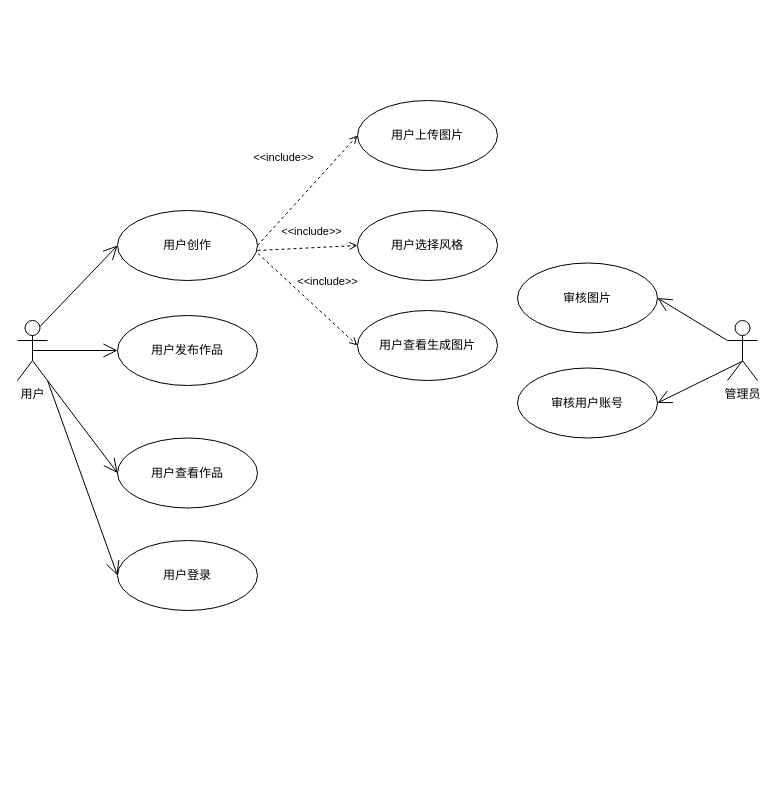
jwj1342/VanGogh keeps this draw.io diagram as doc/业务用例图.drawio. Above is the earlier version. Source tidied: cells renumbered, new cells numbered last; positions are measured from the earlier drawing's top-left corner, leaving out a move shared by most shapes. Both pictures are drawn from the tidied source at 100%, with x=0, y=0 at pixel (17, 100).
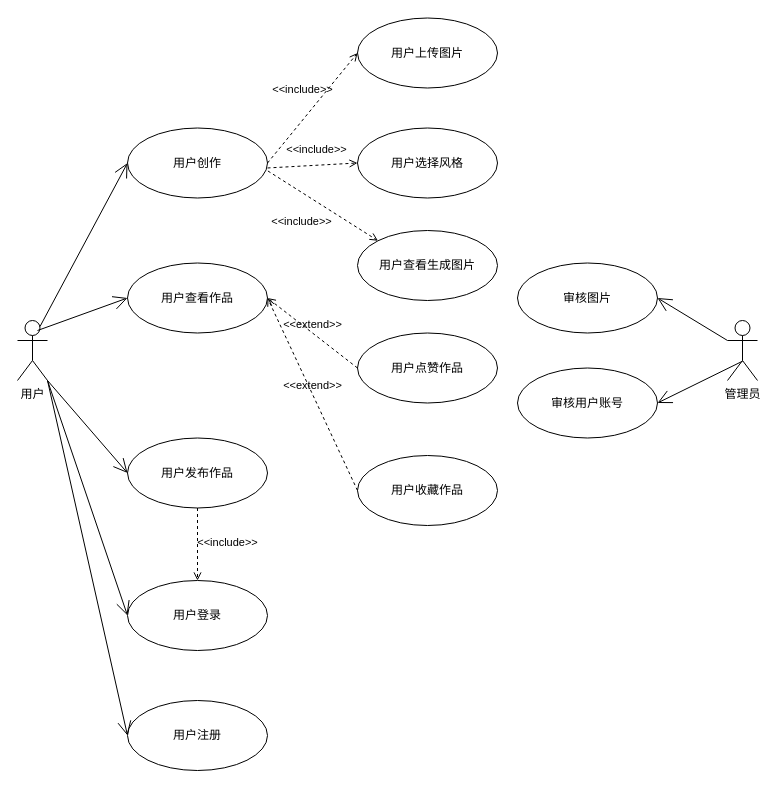
The same diagram, later.

Commit message:
更新业务用例图-jwj.drawio

The change refers to these unchanged cells:
```xml
<mxCell id="10" value="用户" style="shape=umlActor;verticalLabelPosition=bottom;verticalAlign=top;html=1;" parent="1" vertex="1">
  <mxGeometry y="220" width="30" height="60" as="geometry" />
</mxCell>
```

The edit, as a diff of the source:
```diff
@@
     <mxCell id="3" value="用户上传图片" style="ellipse;whiteSpace=wrap;html=1;" parent="1" vertex="1">
-      <mxGeometry x="340" width="140" height="70" as="geometry" />
+      <mxGeometry x="340" y="-82.5" width="140" height="70" as="geometry" />
     </mxCell>
     <mxCell id="4" value="用户选择风格" style="ellipse;whiteSpace=wrap;html=1;" parent="1" vertex="1">
-      <mxGeometry x="340" y="110" width="140" height="70" as="geometry" />
+      <mxGeometry x="340" y="27.5" width="140" height="70" as="geometry" />
     </mxCell>
     <mxCell id="5" value="用户查看生成图片" style="ellipse;whiteSpace=wrap;html=1;" parent="1" vertex="1">
-      <mxGeometry x="340" y="210" width="140" height="70" as="geometry" />
+      <mxGeometry x="340" y="130" width="140" height="70" as="geometry" />
     </mxCell>
     <mxCell id="6" value="用户发布作品" style="ellipse;whiteSpace=wrap;html=1;" parent="1" vertex="1">
-      <mxGeometry x="100" y="215" width="140" height="70" as="geometry" />
+      <mxGeometry x="110" y="337.5" width="140" height="70" as="geometry" />
     </mxCell>
     <mxCell id="7" value="用户查看作品" style="ellipse;whiteSpace=wrap;html=1;" parent="1" vertex="1">
-      <mxGeometry x="100" y="337.5" width="140" height="70" as="geometry" />
+      <mxGeometry x="110" y="162.5" width="140" height="70" as="geometry" />
     </mxCell>
@@
-    <mxCell id="11" style="endArrow=open;endFill=1;endSize=12;html=1;rounded=0;exitX=0.5;exitY=0.5;exitDx=0;exitDy=0;exitPerimeter=0;entryX=0;entryY=0.5;entryDx=0;entryDy=0;" parent="1" edge="1" source="10" target="6">
-      <mxGeometry relative="1" as="geometry" />
+    <mxCell id="11" style="endArrow=open;endFill=1;endSize=12;html=1;rounded=0;entryX=0;entryY=0.5;entryDx=0;entryDy=0;" parent="1" edge="1" target="6">
+      <mxGeometry relative="1" as="geometry">
+        <mxPoint x="30" y="280" as="sourcePoint" />
+      </mxGeometry>
     </mxCell>
-    <mxCell id="12" style="endArrow=open;endFill=1;endSize=12;html=1;rounded=0;exitX=1;exitY=1;exitDx=0;exitDy=0;exitPerimeter=0;entryX=0;entryY=0.5;entryDx=0;entryDy=0;" parent="1" edge="1" source="10" target="7">
-      <mxGeometry relative="1" as="geometry" />
+    <mxCell id="12" style="endArrow=open;endFill=1;endSize=12;html=1;rounded=0;entryX=0;entryY=0.5;entryDx=0;entryDy=0;" parent="1" edge="1" target="7">
+      <mxGeometry relative="1" as="geometry">
+        <mxPoint x="20" y="230" as="sourcePoint" />
+      </mxGeometry>
     </mxCell>
@@
     <mxCell id="15" value="用户登录" style="ellipse;whiteSpace=wrap;html=1;" parent="1" vertex="1">
-      <mxGeometry x="100" y="440" width="140" height="70" as="geometry" />
+      <mxGeometry x="110" y="480" width="140" height="70" as="geometry" />
     </mxCell>
     <mxCell id="16" value="用户创作" style="ellipse;whiteSpace=wrap;html=1;" parent="1" vertex="1">
-      <mxGeometry x="100" y="110" width="140" height="70" as="geometry" />
+      <mxGeometry x="110" y="27.5" width="140" height="70" as="geometry" />
     </mxCell>
@@
     <mxCell id="18" value="&amp;lt;&amp;lt;include&amp;gt;&amp;gt;" style="html=1;verticalAlign=bottom;labelBackgroundColor=none;endArrow=open;endFill=0;dashed=1;rounded=0;entryX=0;entryY=0.5;entryDx=0;entryDy=0;exitX=1;exitY=0.5;exitDx=0;exitDy=0;" parent="1" edge="1" source="16" target="3">
-      <mxGeometry x="0.02" y="34" relative="1" as="geometry" />
+      <mxGeometry x="0.01" y="14" relative="1" as="geometry" />
     </mxCell>
@@
-    <mxCell id="20" value="&amp;lt;&amp;lt;include&amp;gt;&amp;gt;" style="html=1;verticalAlign=bottom;labelBackgroundColor=none;endArrow=open;endFill=0;dashed=1;rounded=0;entryX=0;entryY=0.5;entryDx=0;entryDy=0;exitX=1.003;exitY=0.614;exitDx=0;exitDy=0;exitPerimeter=0;" parent="1" edge="1" source="16" target="5">
-      <mxGeometry x="0.12" y="20" relative="1" as="geometry" />
+    <mxCell id="20" value="&amp;lt;&amp;lt;include&amp;gt;&amp;gt;" style="html=1;verticalAlign=bottom;labelBackgroundColor=none;endArrow=open;endFill=0;dashed=1;rounded=0;entryX=0;entryY=0;entryDx=0;entryDy=0;exitX=1.003;exitY=0.614;exitDx=0;exitDy=0;exitPerimeter=0;" parent="1" edge="1" source="16" target="5">
+      <mxGeometry x="-0.08" y="-32" relative="1" as="geometry" />
     </mxCell>
@@
+    <mxCell id="22" value="用户注册" style="ellipse;whiteSpace=wrap;html=1;" parent="1" vertex="1">
+      <mxGeometry x="110" y="600" width="140" height="70" as="geometry" />
+    </mxCell>
+    <mxCell id="23" style="endArrow=open;endFill=1;endSize=12;html=1;rounded=0;entryX=0;entryY=0.5;entryDx=0;entryDy=0;exitX=1;exitY=1;exitDx=0;exitDy=0;exitPerimeter=0;" parent="1" edge="1" source="10" target="22">
+      <mxGeometry relative="1" as="geometry" />
+    </mxCell>
+    <mxCell id="24" value="用户点赞作品" style="ellipse;whiteSpace=wrap;html=1;" parent="1" vertex="1">
+      <mxGeometry x="340" y="232.5" width="140" height="70" as="geometry" />
+    </mxCell>
+    <mxCell id="25" value="用户收藏作品" style="ellipse;whiteSpace=wrap;html=1;" parent="1" vertex="1">
+      <mxGeometry x="340" y="355" width="140" height="70" as="geometry" />
+    </mxCell>
+    <mxCell id="26" value="&amp;lt;&amp;lt;extend&amp;gt;&amp;gt;" style="html=1;verticalAlign=bottom;labelBackgroundColor=none;endArrow=open;endFill=0;dashed=1;rounded=0;entryX=1;entryY=0.5;entryDx=0;entryDy=0;exitX=0;exitY=0.5;exitDx=0;exitDy=0;" parent="1" edge="1" source="24" target="7">
+      <mxGeometry relative="1" as="geometry" />
+    </mxCell>
+    <mxCell id="27" value="&amp;lt;&amp;lt;extend&amp;gt;&amp;gt;" style="html=1;verticalAlign=bottom;labelBackgroundColor=none;endArrow=open;endFill=0;dashed=1;rounded=0;entryX=1;entryY=0.5;entryDx=0;entryDy=0;exitX=0;exitY=0.5;exitDx=0;exitDy=0;" parent="1" edge="1" source="25" target="7">
+      <mxGeometry relative="1" as="geometry" />
+    </mxCell>
+    <mxCell id="28" value="&amp;lt;&amp;lt;include&amp;gt;&amp;gt;" style="html=1;verticalAlign=bottom;labelBackgroundColor=none;endArrow=open;endFill=0;dashed=1;rounded=0;exitX=0.5;exitY=1;exitDx=0;exitDy=0;entryX=0.5;entryY=0;entryDx=0;entryDy=0;" parent="1" edge="1" source="6" target="15">
+      <mxGeometry x="0.17" y="30" relative="1" as="geometry">
+        <mxPoint y="1" as="offset" />
+      </mxGeometry>
+    </mxCell>
```
